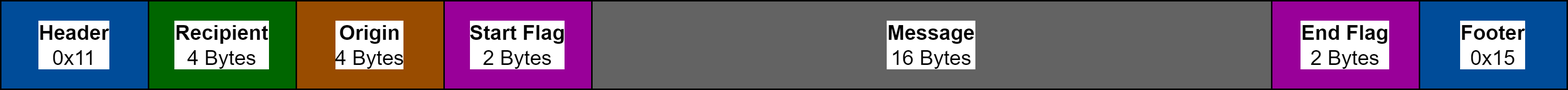
Above: docs/Media/BlockDiagram/Messagestructure.png in RecPal/Group304EGR314.github.io (draw.io), before the change. Source tidied: cells renumbered, new cells last; positions are measured from the earlier drawing's top-left corner, leaving out a move shared by most shapes.
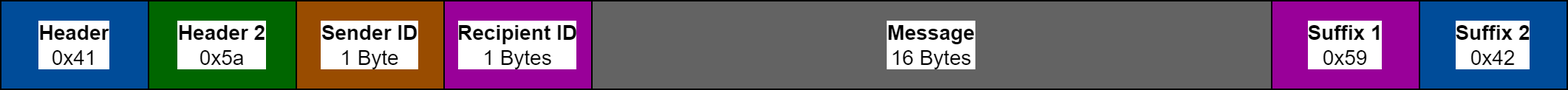
After the commit.

The edit, as a diff of the source:
```diff
@@ -2,25 +2,25 @@
   <root>
     <mxCell id="0" />
     <mxCell id="1" parent="0" />
-    <mxCell id="2" value="&lt;b&gt;Header&lt;/b&gt;&lt;div&gt;0x11&lt;/div&gt;" style="rounded=0;whiteSpace=wrap;html=1;fontFamily=Helvetica;fontSize=14;fontColor=default;labelBackgroundColor=default;fillColor=#004C99;" parent="1" vertex="1">
+    <mxCell id="2" value="&lt;b&gt;Header&lt;/b&gt;&lt;div&gt;0x41&lt;/div&gt;" style="rounded=0;whiteSpace=wrap;html=1;fontFamily=Helvetica;fontSize=14;fontColor=default;labelBackgroundColor=default;fillColor=#004C99;" parent="1" vertex="1">
       <mxGeometry width="100" height="60" as="geometry" />
     </mxCell>
-    <mxCell id="3" value="&lt;b&gt;Recipient&lt;/b&gt;&lt;div&gt;4 Bytes&lt;/div&gt;" style="rounded=0;whiteSpace=wrap;html=1;fontFamily=Helvetica;fontSize=14;fontColor=default;labelBackgroundColor=default;fillColor=#006600;" parent="1" vertex="1">
+    <mxCell id="3" value="&lt;b&gt;Header 2&lt;/b&gt;&lt;div&gt;0x5a&lt;/div&gt;" style="rounded=0;whiteSpace=wrap;html=1;fontFamily=Helvetica;fontSize=14;fontColor=default;labelBackgroundColor=default;fillColor=#006600;" parent="1" vertex="1">
       <mxGeometry x="100" width="100" height="60" as="geometry" />
     </mxCell>
-    <mxCell id="4" value="&lt;b&gt;Origin&lt;/b&gt;&lt;br&gt;&lt;div&gt;4 Bytes&lt;/div&gt;" style="rounded=0;whiteSpace=wrap;html=1;fontFamily=Helvetica;fontSize=14;fontColor=default;labelBackgroundColor=default;fillColor=#994C00;" parent="1" vertex="1">
+    <mxCell id="4" value="&lt;b&gt;Sender ID&lt;/b&gt;&lt;br&gt;&lt;div&gt;1 Byte&lt;/div&gt;" style="rounded=0;whiteSpace=wrap;html=1;fontFamily=Helvetica;fontSize=14;fontColor=default;labelBackgroundColor=default;fillColor=#994C00;" parent="1" vertex="1">
       <mxGeometry x="200" width="100" height="60" as="geometry" />
     </mxCell>
     <mxCell id="5" value="&lt;b&gt;Message&lt;/b&gt;&lt;br&gt;&lt;div&gt;16 Bytes&lt;/div&gt;" style="rounded=0;whiteSpace=wrap;html=1;fontFamily=Helvetica;fontSize=14;fontColor=default;labelBackgroundColor=default;fillColor=#636363;" parent="1" vertex="1">
       <mxGeometry x="400" width="460" height="60" as="geometry" />
     </mxCell>
-    <mxCell id="6" value="&lt;b&gt;Footer&lt;/b&gt;&lt;div&gt;0x15&lt;/div&gt;" style="rounded=0;whiteSpace=wrap;html=1;fontFamily=Helvetica;fontSize=14;fontColor=default;labelBackgroundColor=default;fillColor=#004C99;" parent="1" vertex="1">
+    <mxCell id="6" value="&lt;div&gt;&lt;b&gt;Suffix 2&lt;/b&gt;&lt;/div&gt;&lt;div&gt;0x42&lt;/div&gt;" style="rounded=0;whiteSpace=wrap;html=1;fontFamily=Helvetica;fontSize=14;fontColor=default;labelBackgroundColor=default;fillColor=#004C99;" parent="1" vertex="1">
       <mxGeometry x="960" width="100" height="60" as="geometry" />
     </mxCell>
-    <mxCell id="7" value="&lt;b&gt;End Flag&lt;/b&gt;&lt;div&gt;2 Bytes&lt;/div&gt;" style="rounded=0;whiteSpace=wrap;html=1;fontFamily=Helvetica;fontSize=14;fontColor=default;labelBackgroundColor=default;fillColor=#990099;" parent="1" vertex="1">
+    <mxCell id="7" value="&lt;b&gt;Suffix 1&lt;/b&gt;&lt;br&gt;&lt;div&gt;0x59&lt;/div&gt;" style="rounded=0;whiteSpace=wrap;html=1;fontFamily=Helvetica;fontSize=14;fontColor=default;labelBackgroundColor=default;fillColor=#990099;" parent="1" vertex="1">
       <mxGeometry x="860" width="100" height="60" as="geometry" />
     </mxCell>
-    <mxCell id="8" value="&lt;b&gt;Start Flag&lt;/b&gt;&lt;div&gt;2 Bytes&lt;/div&gt;" style="rounded=0;whiteSpace=wrap;html=1;fontFamily=Helvetica;fontSize=14;fontColor=default;labelBackgroundColor=default;fillColor=#990099;" parent="1" vertex="1">
+    <mxCell id="8" value="&lt;div&gt;&lt;b&gt;Recipient ID&lt;/b&gt;&lt;/div&gt;&lt;div&gt;1 Bytes&lt;/div&gt;" style="rounded=0;whiteSpace=wrap;html=1;fontFamily=Helvetica;fontSize=14;fontColor=default;labelBackgroundColor=default;fillColor=#990099;" parent="1" vertex="1">
       <mxGeometry x="300" width="100" height="60" as="geometry" />
     </mxCell>
   </root>
```
